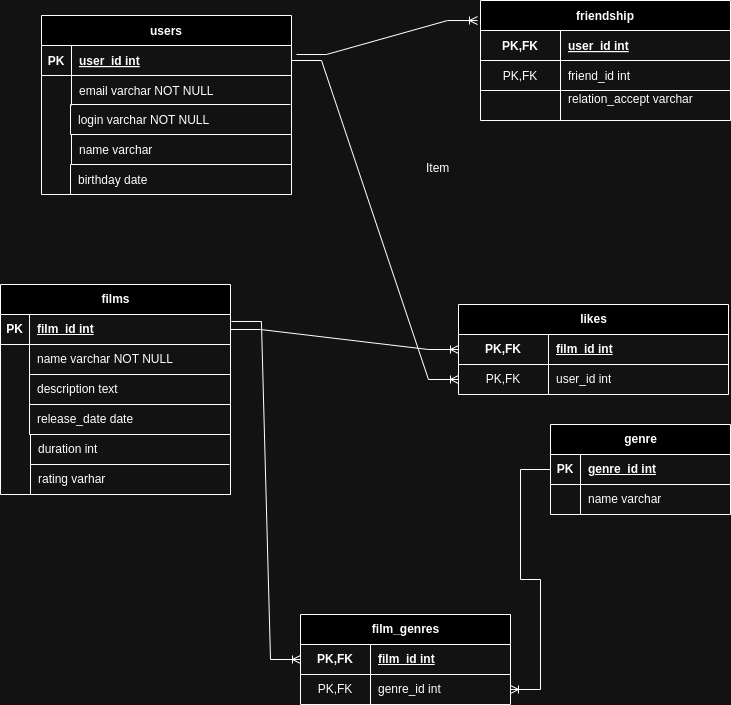
The draw.io diagram filmrate.png in lazyabrikos/java-filmorate, before a commit. Source tidied: cells renumbered, new cells last; positions are measured from the earlier drawing's top-left corner, leaving out a move shared by most shapes.
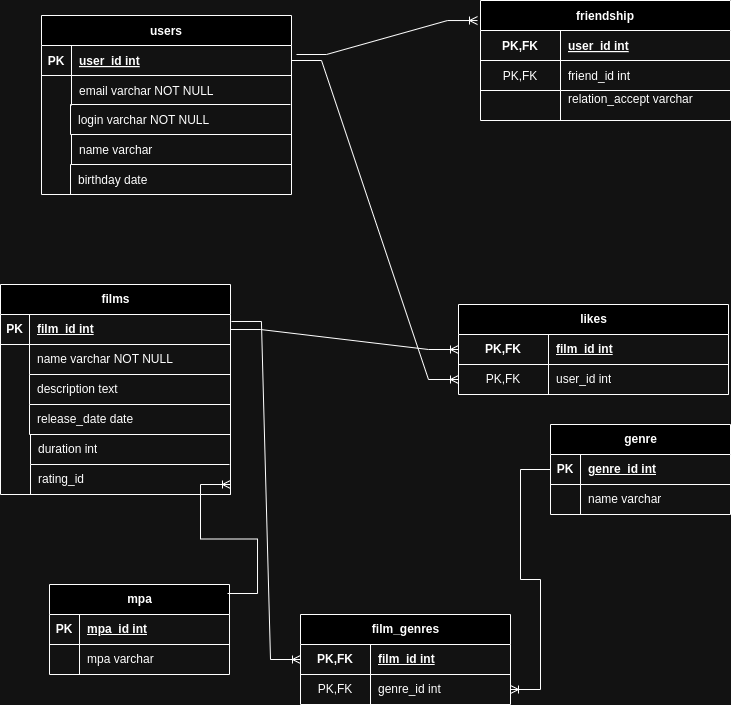
Above is the later version.

Commit message:
add mpa table

What changed in the source:
```diff
@@ -128,7 +128,7 @@
     <mxCell id="43" value="name varchar" style="shape=partialRectangle;fillColor=none;top=0;left=0;bottom=0;right=0;align=left;spacingLeft=6;overflow=hidden;whiteSpace=wrap;html=1;" parent="41" vertex="1">
       <mxGeometry x="30" width="150" height="30" as="geometry" />
     </mxCell>
-    <mxCell id="44" value="rating varhar" style="shape=partialRectangle;fillColor=none;top=0;left=1;bottom=1;right=0;align=left;spacingLeft=6;overflow=hidden;whiteSpace=wrap;html=1;" parent="1" vertex="1">
+    <mxCell id="44" value="rating_id" style="shape=partialRectangle;fillColor=none;top=0;left=1;bottom=1;right=0;align=left;spacingLeft=6;overflow=hidden;whiteSpace=wrap;html=1;" parent="1" vertex="1">
       <mxGeometry x="30" y="464" width="200" height="30" as="geometry" />
     </mxCell>
     <mxCell id="45" value="film_genres" style="shape=table;startSize=30;rowLines=0;fontStyle=1;align=center;html=1;" parent="1" vertex="1">
@@ -161,9 +161,6 @@
     <mxCell id="54" style="edgeStyle=entityRelationEdgeStyle;fontSize=12;html=1;endArrow=ERoneToMany;rounded=0;entryX=1;entryY=0.5;entryDx=0;entryDy=0;exitX=0;exitY=0.5;exitDx=0;exitDy=0;" parent="1" edge="1" source="38" target="49">
       <mxGeometry relative="1" as="geometry" />
     </mxCell>
-    <mxCell id="55" value="Item" style="text;strokeColor=none;fillColor=none;spacingLeft=4;spacingRight=4;overflow=hidden;fontSize=12;whiteSpace=wrap;html=1;" parent="1" vertex="1">
-      <mxGeometry x="420" y="154" width="40" height="30" as="geometry" />
-    </mxCell>
     <mxCell id="56" value="friendship" style="shape=table;startSize=30;rowLines=0;fontStyle=1;align=center;" parent="1" vertex="1">
       <mxGeometry x="480" width="250" height="120" as="geometry" />
     </mxCell>
@@ -194,5 +191,31 @@
     <mxCell id="65" value="relation_accept varchar&#10;" style="shape=partialRectangle;overflow=hidden;fillColor=none;top=0;left=0;bottom=1;right=0;align=left;spacingLeft=6;" parent="63" vertex="1">
       <mxGeometry x="80" width="170" height="30" as="geometry" />
     </mxCell>
+    <mxCell id="66" value="mpa" style="shape=table;startSize=30;rowLines=0;fontStyle=1;align=center;html=1;" parent="1" vertex="1">
+      <mxGeometry x="49" y="584" width="180" height="90" as="geometry" />
+    </mxCell>
+    <mxCell id="67" style="shape=tableRow;horizontal=0;startSize=0;swimlaneHead=0;swimlaneBody=0;fillColor=none;top=0;left=0;right=0;bottom=1;" parent="66" vertex="1">
+      <mxGeometry y="30" width="180" height="30" as="geometry" />
+    </mxCell>
+    <mxCell id="68" value="PK" style="shape=partialRectangle;fillColor=none;top=0;left=0;bottom=0;right=0;fontStyle=1;overflow=hidden;whiteSpace=wrap;html=1;" parent="67" vertex="1">
+      <mxGeometry width="30" height="30" as="geometry" />
+    </mxCell>
+    <mxCell id="69" value="mpa_id int" style="shape=partialRectangle;fillColor=none;top=0;left=0;bottom=0;right=0;align=left;spacingLeft=6;fontStyle=5;overflow=hidden;whiteSpace=wrap;html=1;" parent="67" vertex="1">
+      <mxGeometry x="30" width="150" height="30" as="geometry" />
+    </mxCell>
+    <mxCell id="70" style="shape=tableRow;horizontal=0;startSize=0;swimlaneHead=0;swimlaneBody=0;fillColor=none;top=0;left=0;right=0;bottom=0;" parent="66" vertex="1">
+      <mxGeometry y="60" width="180" height="30" as="geometry" />
+    </mxCell>
+    <mxCell id="71" style="shape=partialRectangle;fillColor=none;top=0;left=0;bottom=0;right=0;overflow=hidden;whiteSpace=wrap;html=1;" parent="70" vertex="1">
+      <mxGeometry width="30" height="30" as="geometry" />
+    </mxCell>
+    <mxCell id="72" value="mpa varchar" style="shape=partialRectangle;fillColor=none;top=0;left=0;bottom=0;right=0;align=left;spacingLeft=6;overflow=hidden;whiteSpace=wrap;html=1;" parent="70" vertex="1">
+      <mxGeometry x="30" width="150" height="30" as="geometry" />
+    </mxCell>
+    <mxCell id="73" style="edgeStyle=entityRelationEdgeStyle;fontSize=12;html=1;endArrow=ERoneToMany;rounded=0;exitX=0.989;exitY=0.1;exitDx=0;exitDy=0;exitPerimeter=0;" parent="1" edge="1" source="66">
+      <mxGeometry relative="1" as="geometry">
+        <mxPoint x="230" y="484" as="targetPoint" />
+      </mxGeometry>
+    </mxCell>
   </root>
 </mxGraphModel>
```
